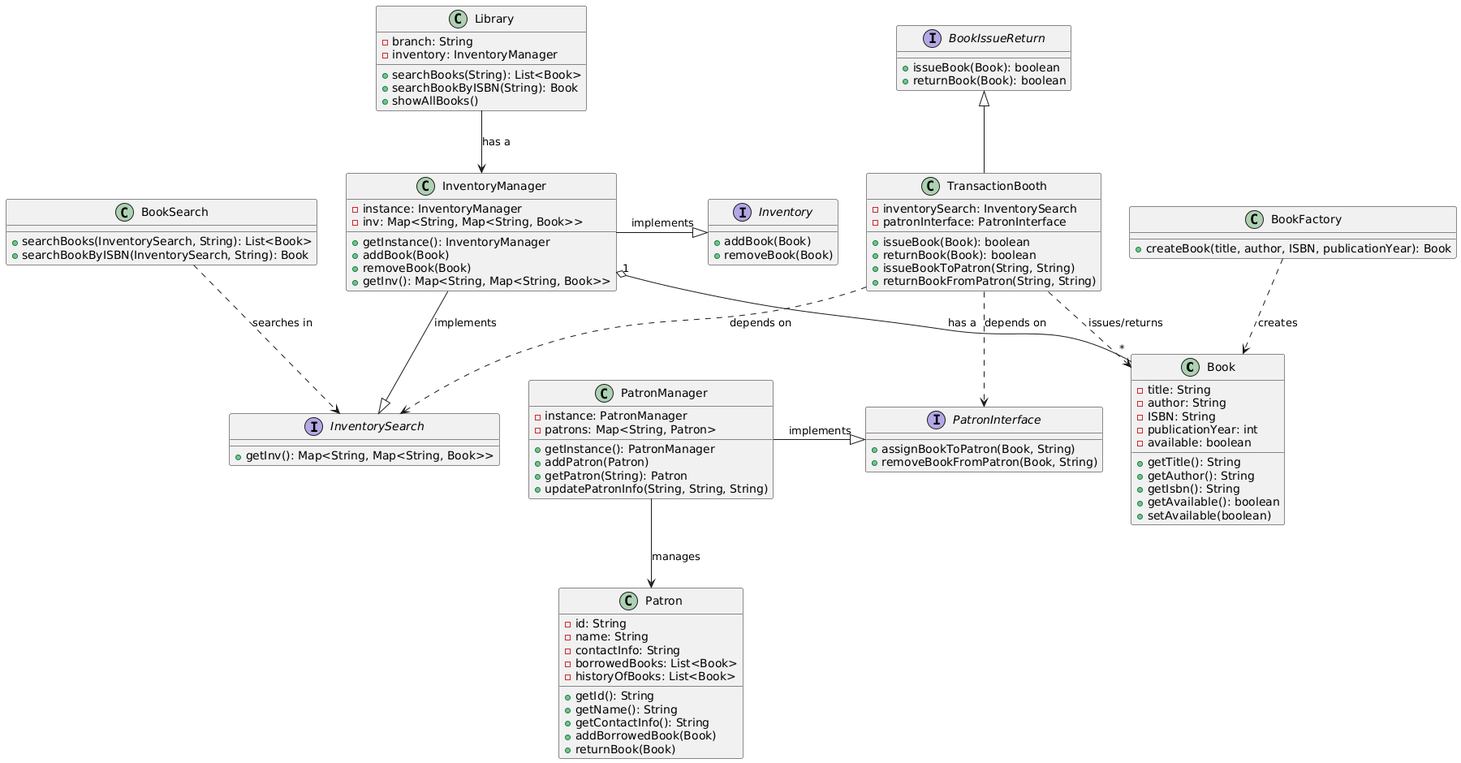
The PlantUML diagram classDiagram.png in namangoel31/LibraryManagementSystem, before a commit.
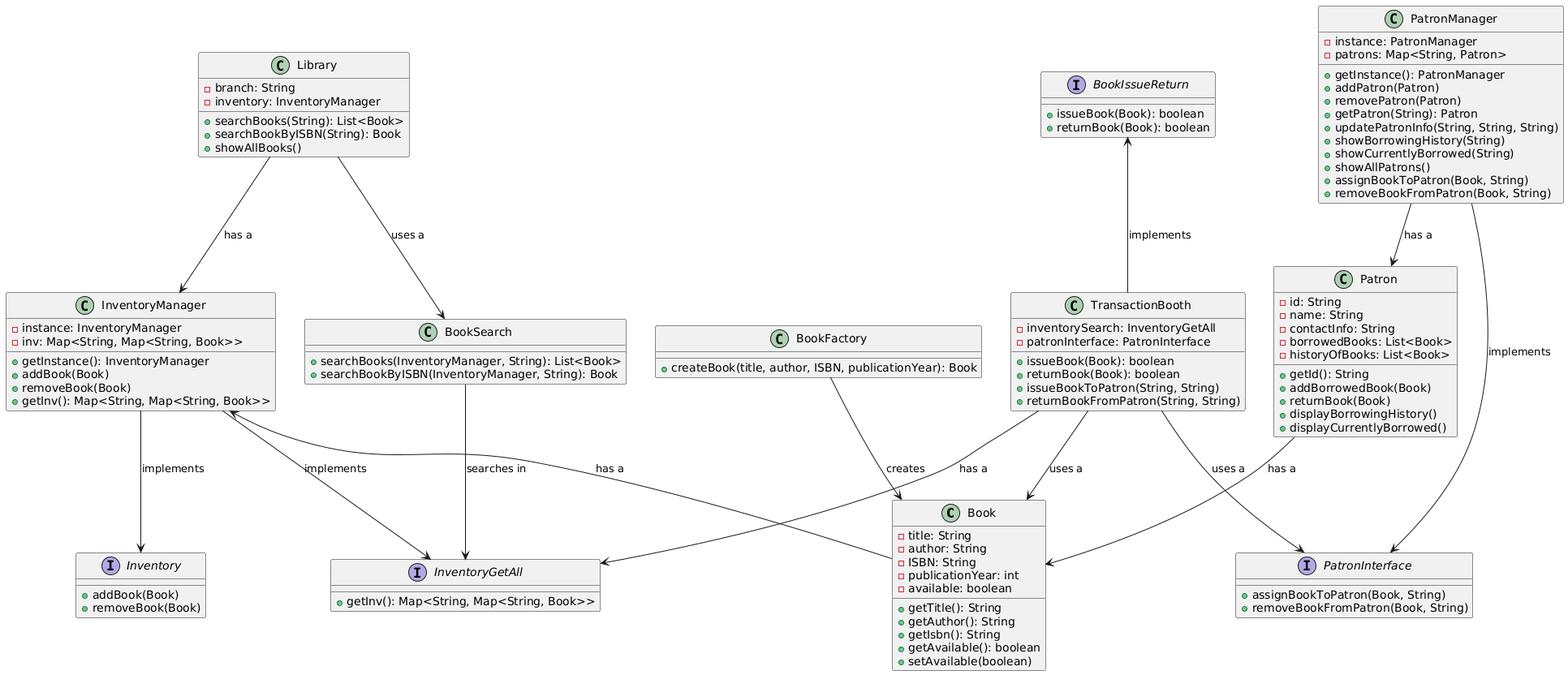
The same file after the commit.

Change to the diagram source:
```diff
@@ -22,8 +22,8 @@
 }
 
 class BookSearch {
-    + searchBooks(InventorySearch, String): List<Book>
-    + searchBookByISBN(InventorySearch, String): Book
+    + searchBooks(InventoryManager, String): List<Book>
+    + searchBookByISBN(InventoryManager, String): Book
 }
 
 interface Inventory{
@@ -31,7 +31,7 @@
     + removeBook(Book)
 }
 
-interface InventorySearch {
+interface InventoryGetAll {
     + getInv(): Map<String, Map<String, Book>>
 }
 
@@ -59,10 +59,10 @@
     - borrowedBooks: List<Book>
     - historyOfBooks: List<Book>
     + getId(): String
-    + getName(): String
-    + getContactInfo(): String
     + addBorrowedBook(Book)
     + returnBook(Book)
+    + displayBorrowingHistory()
+    + displayCurrentlyBorrowed()
 }
 
 interface PatronInterface {
@@ -75,12 +75,18 @@
     - patrons: Map<String, Patron>
     + getInstance(): PatronManager
     + addPatron(Patron)
+    + removePatron(Patron)
     + getPatron(String): Patron
     + updatePatronInfo(String, String, String)
+    + showBorrowingHistory(String)
+    + showCurrentlyBorrowed(String)
+    + showAllPatrons()
+    + assignBookToPatron(Book, String)
+    + removeBookFromPatron(Book, String)
 }
 
 class TransactionBooth {
-    - inventorySearch: InventorySearch
+    - inventorySearch: InventoryGetAll
     - patronInterface: PatronInterface
     + issueBook(Book): boolean
     + returnBook(Book): boolean
@@ -91,16 +97,18 @@
 
 
 
-InventoryManager -|> InventorySearch : implements
-InventoryManager -|> Inventory : implements
-TransactionBooth ..> InventorySearch : depends on
-TransactionBooth ..> PatronInterface : depends on
-PatronManager -|> PatronInterface : implements
 Library --> InventoryManager : has a
-PatronManager --> Patron : manages
-BookSearch ..> InventorySearch : searches in
-BookFactory ..> Book : "creates"
-InventoryManager "1" o-- "*" Book : has a
-BookIssueReturn <|-- TransactionBooth
-TransactionBooth ..> Book : "issues/returns"
+Library --> BookSearch : uses a
+BookFactory --> Book : "creates"
+InventoryManager --> InventoryGetAll : implements
+InventoryManager --> Inventory : implements
+InventoryManager <-- Book : has a
+BookSearch --> InventoryGetAll : searches in
+TransactionBooth --> InventoryGetAll : has a
+TransactionBooth --> PatronInterface : uses a
+BookIssueReturn <-- TransactionBooth : implements
+TransactionBooth --> Book : uses a
+PatronManager --> PatronInterface : implements
+PatronManager --> Patron : has a
+Patron --> Book : has a
 @enduml
```
